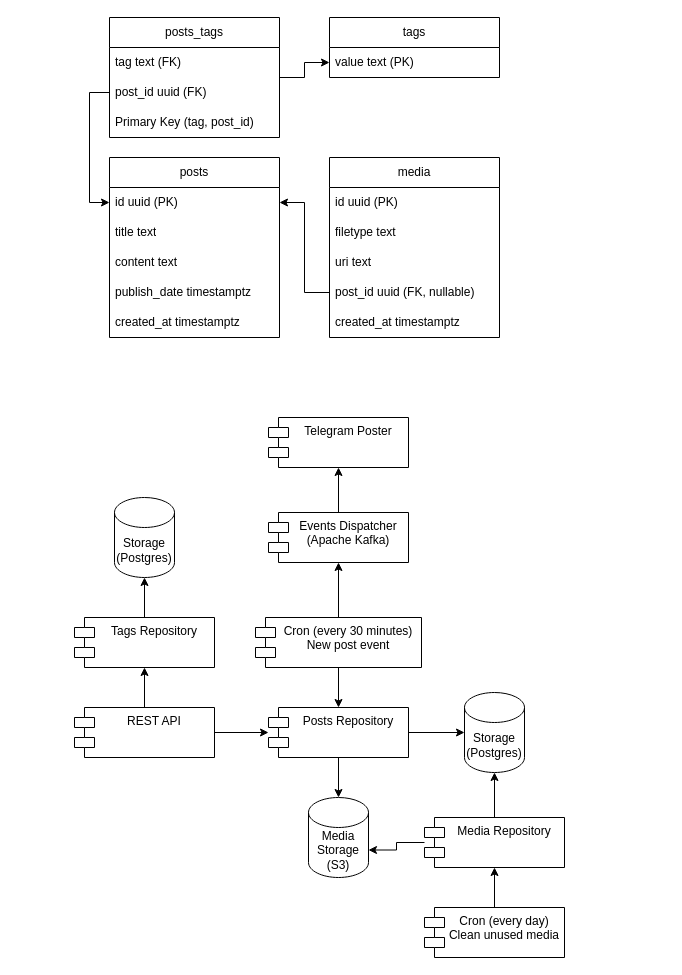
Above: poster.drawio in kostromin59/poster (draw.io), before the change. Source tidied: cells renumbered, new cells numbered last; positions are measured from the earlier drawing's top-left corner, leaving out a move shared by most shapes. Both pictures are drawn from the tidied source at 100%, with x=0, y=0 at pixel (74, 17).
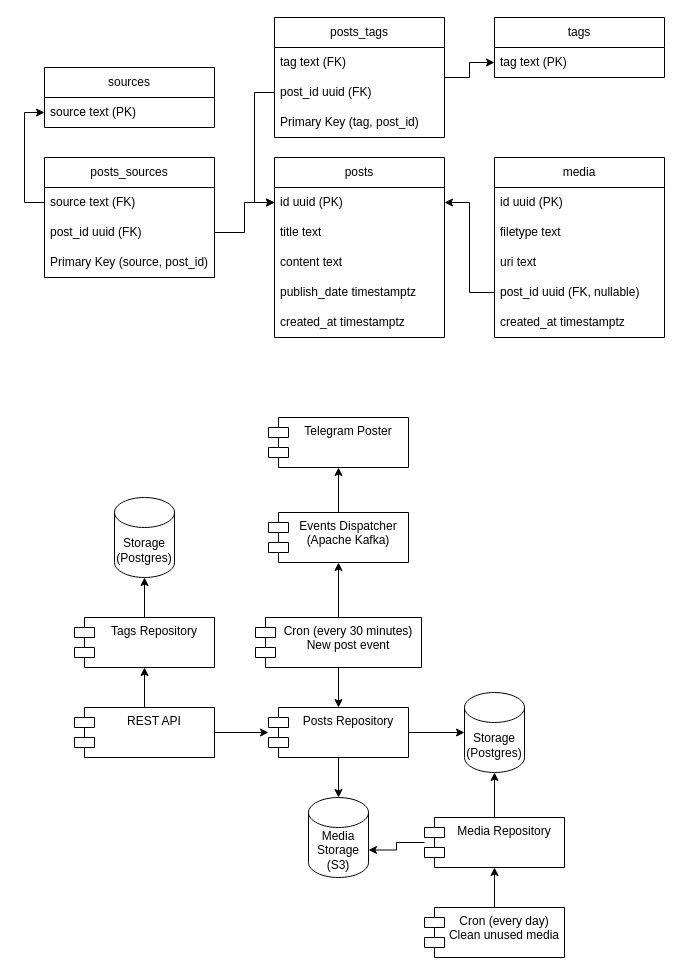
The same diagram, later.

The change refers to these unchanged cells:
```xml
<mxCell id="3" value="id uuid (PK)" style="text;strokeColor=none;fillColor=none;align=left;verticalAlign=middle;spacingLeft=4;spacingRight=4;overflow=hidden;points=[[0,0.5],[1,0.5]];portConstraint=eastwest;whiteSpace=wrap;html=1;" parent="2" vertex="1">
  <mxGeometry y="30" width="170" height="30" as="geometry" />
</mxCell>
```

The edit, as a diff of the source:
```diff
@@
     <mxCell id="2" value="posts" style="swimlane;fontStyle=0;horizontal=1;startSize=30;whiteSpace=wrap;html=1;" parent="1" vertex="1">
-      <mxGeometry x="35" y="140" width="170" height="180" as="geometry" />
+      <mxGeometry x="200" y="140" width="170" height="180" as="geometry" />
     </mxCell>
@@
     <mxCell id="8" value="media" style="swimlane;fontStyle=0;horizontal=1;startSize=30;whiteSpace=wrap;html=1;" parent="1" vertex="1">
-      <mxGeometry x="255" y="140" width="170" height="180" as="geometry" />
+      <mxGeometry x="420" y="140" width="170" height="180" as="geometry" />
     </mxCell>
@@
     <mxCell id="15" value="tags" style="swimlane;fontStyle=0;horizontal=1;startSize=30;whiteSpace=wrap;html=1;" parent="1" vertex="1">
-      <mxGeometry x="255" width="170" height="60" as="geometry" />
+      <mxGeometry x="420" width="170" height="60" as="geometry" />
     </mxCell>
-    <mxCell id="16" value="value text (PK)" style="text;strokeColor=none;fillColor=none;align=left;verticalAlign=middle;spacingLeft=4;spacingRight=4;overflow=hidden;points=[[0,0.5],[1,0.5]];portConstraint=eastwest;whiteSpace=wrap;html=1;" parent="15" vertex="1">
+    <mxCell id="16" value="tag text (PK)" style="text;strokeColor=none;fillColor=none;align=left;verticalAlign=middle;spacingLeft=4;spacingRight=4;overflow=hidden;points=[[0,0.5],[1,0.5]];portConstraint=eastwest;whiteSpace=wrap;html=1;" parent="15" vertex="1">
       <mxGeometry y="30" width="170" height="30" as="geometry" />
     </mxCell>
@@
     <mxCell id="18" value="posts_tags" style="swimlane;fontStyle=0;horizontal=1;startSize=30;whiteSpace=wrap;html=1;" parent="1" vertex="1">
-      <mxGeometry x="35" width="170" height="120" as="geometry" />
+      <mxGeometry x="200" width="170" height="120" as="geometry" />
     </mxCell>
@@
+    <mxCell id="45" value="sources" style="swimlane;fontStyle=0;horizontal=1;startSize=30;whiteSpace=wrap;html=1;" parent="1" vertex="1">
+      <mxGeometry x="-30" y="50" width="170" height="60" as="geometry" />
+    </mxCell>
+    <mxCell id="46" value="source text (PK)" style="text;strokeColor=none;fillColor=none;align=left;verticalAlign=middle;spacingLeft=4;spacingRight=4;overflow=hidden;points=[[0,0.5],[1,0.5]];portConstraint=eastwest;whiteSpace=wrap;html=1;" parent="45" vertex="1">
+      <mxGeometry y="30" width="170" height="30" as="geometry" />
+    </mxCell>
+    <mxCell id="47" value="posts_sources" style="swimlane;fontStyle=0;horizontal=1;startSize=30;whiteSpace=wrap;html=1;" parent="1" vertex="1">
+      <mxGeometry x="-30" y="140" width="170" height="120" as="geometry" />
+    </mxCell>
+    <mxCell id="48" value="source text (FK)" style="text;strokeColor=none;fillColor=none;align=left;verticalAlign=middle;spacingLeft=4;spacingRight=4;overflow=hidden;points=[[0,0.5],[1,0.5]];portConstraint=eastwest;whiteSpace=wrap;html=1;" parent="47" vertex="1">
+      <mxGeometry y="30" width="170" height="30" as="geometry" />
+    </mxCell>
+    <mxCell id="49" value="post_id uuid (FK)" style="text;strokeColor=none;fillColor=none;align=left;verticalAlign=middle;spacingLeft=4;spacingRight=4;overflow=hidden;points=[[0,0.5],[1,0.5]];portConstraint=eastwest;whiteSpace=wrap;html=1;" parent="47" vertex="1">
+      <mxGeometry y="60" width="170" height="30" as="geometry" />
+    </mxCell>
+    <mxCell id="50" value="Primary Key (source, post_id)" style="text;strokeColor=none;fillColor=none;align=left;verticalAlign=middle;spacingLeft=4;spacingRight=4;overflow=hidden;whiteSpace=wrap;html=1;" parent="47" vertex="1">
+      <mxGeometry y="90" width="170" height="30" as="geometry" />
+    </mxCell>
+    <mxCell id="51" style="edgeStyle=orthogonalEdgeStyle;rounded=0;jettySize=auto;html=1;entryX=0;entryY=0.5;entryDx=0;entryDy=0;" parent="1" edge="1" source="49" target="3">
+      <mxGeometry relative="1" as="geometry" />
+    </mxCell>
+    <mxCell id="52" style="edgeStyle=orthogonalEdgeStyle;rounded=0;jettySize=auto;html=1;entryX=0;entryY=0.5;entryDx=0;entryDy=0;" parent="1" edge="1" source="48" target="46">
+      <mxGeometry relative="1" as="geometry" />
+    </mxCell>
```
